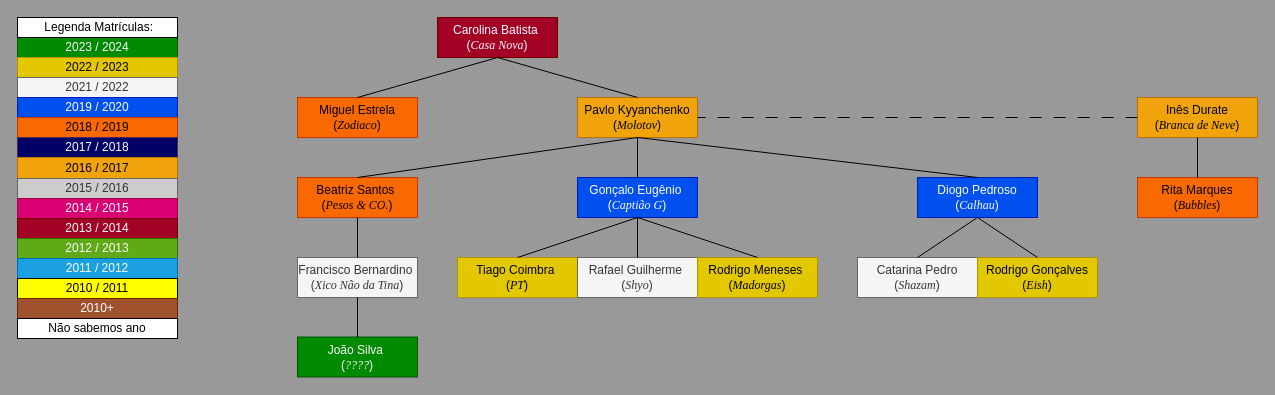
pdmtmr/PDMTMRTESTLOCATION-AKA-ARBUSTO keeps this draw.io diagram as Draw.io/Familia_da_Carolina_Batista.drawio. Above is the earlier version. Source tidied: cells renumbered, new cells numbered last; positions are measured from the earlier drawing's top-left corner, leaving out a move shared by most shapes. Both pictures are drawn from the tidied source at 100%, with x=0, y=0 at pixel (17, 17).
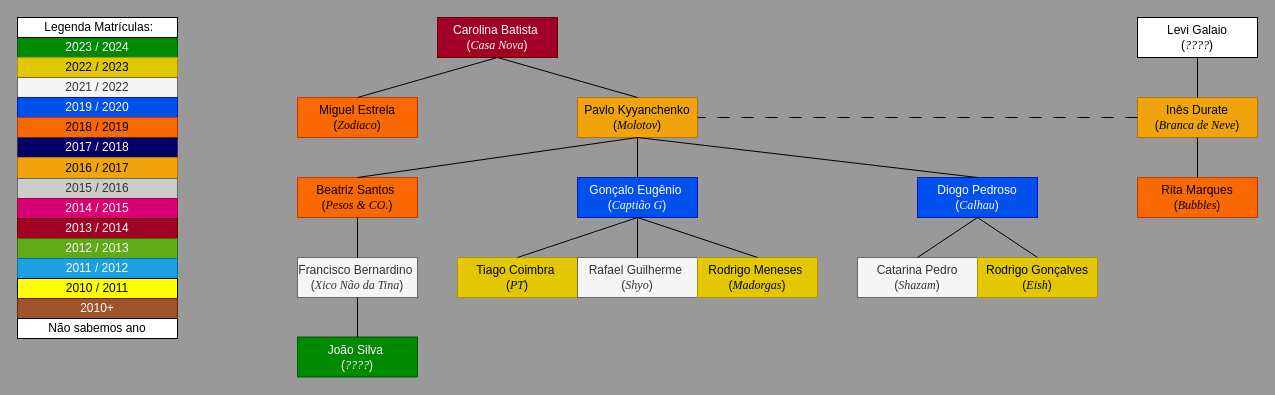
Above is the later version.

Commit message (it also covers changes not shown here):
Fix Carolina Batista and Add Daniel Teixeira

Unchanged cells that the change refers to:
```xml
<mxCell id="43" value="&lt;div&gt;&lt;span style=&quot;background-color: initial;&quot;&gt;Inês Durate&lt;/span&gt;&lt;/div&gt;&lt;div&gt;&lt;span style=&quot;background-color: initial;&quot;&gt;(&lt;font face=&quot;Times New Roman&quot;&gt;&lt;i&gt;Branca de Neve&lt;/i&gt;&lt;/font&gt;&lt;/span&gt;&lt;span style=&quot;background-color: initial;&quot;&gt;)&lt;/span&gt;&lt;/div&gt;" style="rounded=0;whiteSpace=wrap;html=1;fillColor=#f0a30a;fontColor=#000000;strokeColor=#BD7000;" parent="1" vertex="1">
  <mxGeometry x="1120" y="80" width="120" height="40" as="geometry" />
</mxCell>
```

What changed in the source:
```diff
@@
+    <mxCell id="47" value="&lt;div&gt;Levi Galaio&lt;/div&gt;&lt;div&gt;&lt;span style=&quot;background-color: initial;&quot;&gt;(&lt;font face=&quot;Times New Roman&quot;&gt;&lt;i&gt;????&lt;/i&gt;&lt;/font&gt;&lt;/span&gt;&lt;span style=&quot;background-color: initial;&quot;&gt;)&lt;/span&gt;&lt;/div&gt;" style="rounded=0;whiteSpace=wrap;html=1;" parent="1" vertex="1">
+      <mxGeometry x="1120" width="120" height="40" as="geometry" />
+    </mxCell>
+    <mxCell id="48" style="endArrow=none;html=1;rounded=0;exitX=0.5;exitY=0;exitDx=0;exitDy=0;entryX=0.5;entryY=1;entryDx=0;entryDy=0;" parent="1" edge="1" source="43" target="47">
+      <mxGeometry relative="1" as="geometry" />
+    </mxCell>
```
